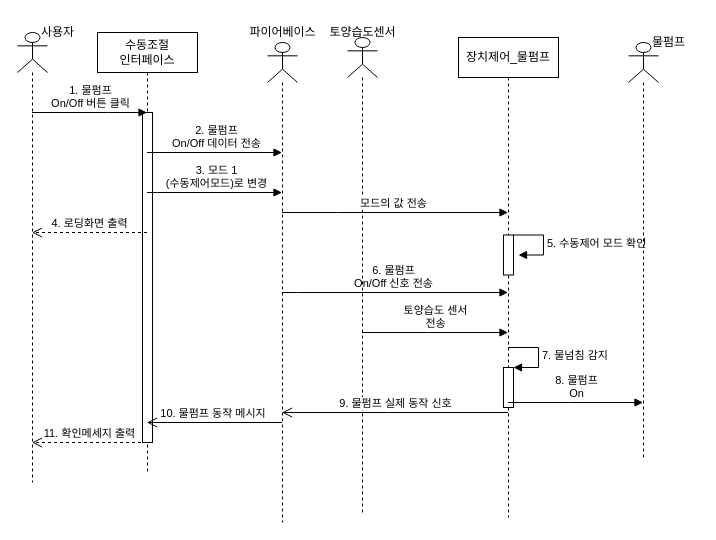
Before: 과제/5주차/시퀀스 다이어그램/manual_seq_dg.drawio in sonmyungwon/Software-Development, a draw.io diagram. Source tidied: cells renumbered, new cells numbered last; positions are measured from the earlier drawing's top-left corner, leaving out a move shared by most shapes. Both pictures are drawn from the tidied source at 100%, with x=0, y=0 at pixel (17, 17).
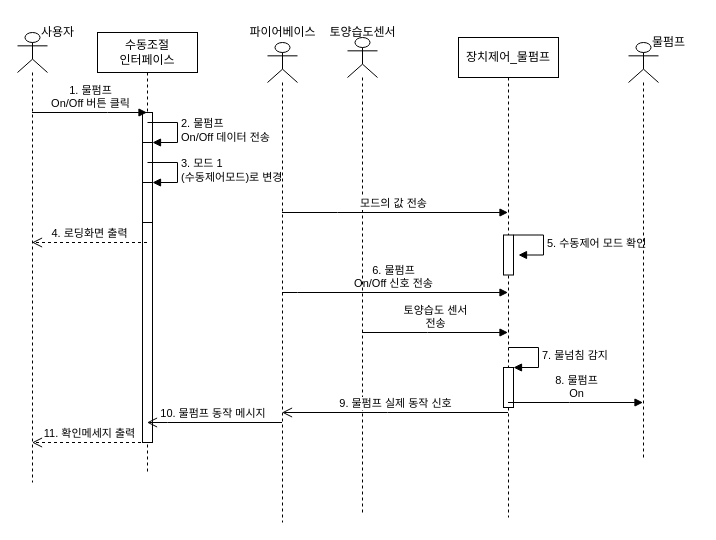
The same diagram, later.

Unchanged cells that the change refers to:
```xml
<mxCell id="2" value="수동조절&lt;br&gt;&amp;nbsp;인터페이스&lt;span style=&quot;white-space: pre;&quot;&gt; &lt;/span&gt;" style="shape=umlLifeline;perimeter=lifelinePerimeter;whiteSpace=wrap;html=1;outlineConnect=0;" parent="1" vertex="1">
  <mxGeometry x="80" y="15" width="100" height="440" as="geometry" />
</mxCell>
<mxCell id="14" style="shape=umlLifeline;participant=umlActor;perimeter=lifelinePerimeter;whiteSpace=wrap;html=1;verticalAlign=top;spacingTop=36;outlineConnect=0;" parent="1" vertex="1">
  <mxGeometry y="15" width="30" height="450" as="geometry" />
</mxCell>
<mxCell id="18" style="shape=umlLifeline;participant=umlActor;perimeter=lifelinePerimeter;whiteSpace=wrap;html=1;verticalAlign=top;spacingTop=36;outlineConnect=0;" parent="1" vertex="1">
  <mxGeometry x="250" y="25" width="30" height="480" as="geometry" />
</mxCell>
```

Diff of the diagram source:
```diff
@@
+    <mxCell id="28" style="html=1;points=[];perimeter=orthogonalPerimeter;" parent="2" vertex="1">
+      <mxGeometry x="45" y="110" width="10" height="40" as="geometry" />
+    </mxCell>
+    <mxCell id="11" value="&lt;span style=&quot;text-align: center;&quot;&gt;2. 물펌프&lt;/span&gt;&lt;br style=&quot;border-color: var(--border-color); text-align: center;&quot;&gt;&lt;span style=&quot;text-align: center;&quot;&gt;On/Off 데이터 전송&lt;/span&gt;" style="edgeStyle=orthogonalEdgeStyle;html=1;align=left;spacingLeft=2;endArrow=block;rounded=0;entryX=1;entryY=0;" parent="2" edge="1" target="28">
+      <mxGeometry relative="1" as="geometry">
+        <mxPoint x="50" y="90" as="sourcePoint" />
+        <Array as="points">
+          <mxPoint x="80" y="90" />
+        </Array>
+      </mxGeometry>
+    </mxCell>
+    <mxCell id="29" style="html=1;points=[];perimeter=orthogonalPerimeter;" parent="2" vertex="1">
+      <mxGeometry x="45" y="150" width="10" height="40" as="geometry" />
+    </mxCell>
+    <mxCell id="25" value="&lt;span style=&quot;text-align: center;&quot;&gt;3. 모드 1&lt;/span&gt;&lt;br style=&quot;border-color: var(--border-color); text-align: center;&quot;&gt;&lt;span style=&quot;text-align: center;&quot;&gt;(수동제어모드)로 변경&lt;/span&gt;" style="edgeStyle=orthogonalEdgeStyle;html=1;align=left;spacingLeft=2;endArrow=block;rounded=0;entryX=1;entryY=0;" parent="2" edge="1" target="29">
+      <mxGeometry relative="1" as="geometry">
+        <mxPoint x="50" y="130" as="sourcePoint" />
+        <Array as="points">
+          <mxPoint x="80" y="130" />
+        </Array>
+      </mxGeometry>
+    </mxCell>
@@
-    <mxCell id="11" value="2. 물펌프&lt;br&gt;On/Off 데이터 전송" style="html=1;verticalAlign=bottom;endArrow=block;rounded=0;" parent="1" edge="1" source="2" target="18">
-      <mxGeometry x="0.02" relative="1" as="geometry">
-        <Array as="points">
-          <mxPoint x="130" y="135" />
-        </Array>
-      </mxGeometry>
-    </mxCell>
@@
     <mxCell id="22" value="4. 로딩화면 출력" style="html=1;verticalAlign=bottom;endArrow=open;dashed=1;endSize=8;rounded=0;" parent="1" edge="1" source="2" target="14">
       <mxGeometry relative="1" as="geometry">
         <Array as="points">
-          <mxPoint x="90" y="215" />
+          <mxPoint x="90" y="225" />
         </Array>
       </mxGeometry>
     </mxCell>
@@
-    <mxCell id="25" value="3. 모드 1&lt;br&gt;(수동제어모드)로 변경" style="html=1;verticalAlign=bottom;endArrow=block;rounded=0;" parent="1" edge="1" source="2" target="18">
-      <mxGeometry x="0.02" relative="1" as="geometry">
-        <Array as="points">
-          <mxPoint x="140" y="175" />
-        </Array>
-      </mxGeometry>
-    </mxCell>
```
